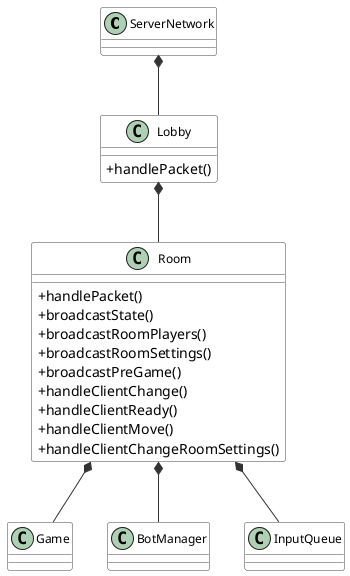
Before: Rapport/UML/PacMan_UML_Server_mini_2 zoomRoom.png, a diagram exported from PlantUML (thomasctn/Projet_PacMan_En_Reseau). Its diagram source:
```plantuml
@startuml
top to bottom direction
skinparam classAttributeIconSize 0
skinparam shadowing false
skinparam ArrowColor #333333
skinparam ArrowThickness 1
skinparam ClassFontSize 12
skinparam ClassFontName Arial
skinparam ClassBackgroundColor #fdfdfd
skinparam ClassBorderColor #444444


class ServerNetwork {
}

class Lobby {

    + handlePacket()
}

class Room {
    + handlePacket()
    + broadcastState()
    + broadcastRoomPlayers()
    + broadcastRoomSettings()
    + broadcastPreGame()
    + handleClientChange()
    + handleClientReady()
    + handleClientMove()
    + handleClientChangeRoomSettings()
}

class Game {
}


class BotManager {
}

ServerNetwork *-- Lobby
Lobby *-- Room
Room *-- Game
Room *-- BotManager
Room *-- InputQueue



@enduml
```
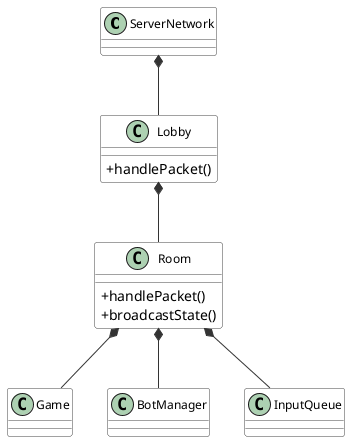
Later version of the same file.

What changed in the source:
```diff
@@ -21,13 +21,6 @@
 class Room {
     + handlePacket()
     + broadcastState()
-    + broadcastRoomPlayers()
-    + broadcastRoomSettings()
-    + broadcastPreGame()
-    + handleClientChange()
-    + handleClientReady()
-    + handleClientMove()
-    + handleClientChangeRoomSettings()
 }
 
 class Game {
```
